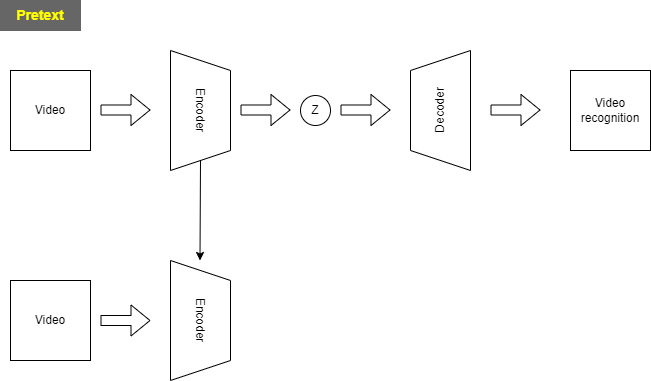
Earlier version of the draw.io export 연구주제.drawio.png (Kyoungrae-Noh/Self-Supervised-Learning). Source tidied: cells renumbered, new cells last; positions are measured from the earlier drawing's top-left corner, leaving out a move shared by most shapes.
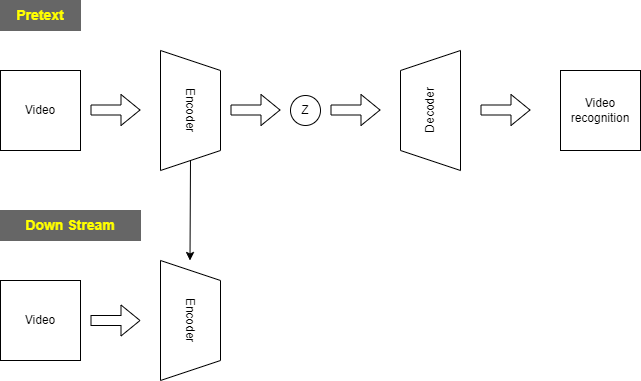
After the commit.

Commit message:
연구주제.drawio.png 업데이트

The edit, as a diff of the source:
```diff
@@ -50,7 +50,7 @@
       <mxGeometry x="140" y="290" width="120" height="60" as="geometry" />
     </mxCell>
     <mxCell id="13" value="&lt;b&gt;&lt;font color=&quot;#ffff00&quot; style=&quot;font-size: 14px;&quot;&gt;Pretext&lt;/font&gt;&lt;/b&gt;" style="rounded=0;whiteSpace=wrap;html=1;fillColor=#666666;strokeColor=#666666;" parent="1" vertex="1">
-      <mxGeometry width="80" height="30" as="geometry" />
+      <mxGeometry x="10" width="80" height="30" as="geometry" />
     </mxCell>
     <mxCell id="14" value="Video" style="whiteSpace=wrap;html=1;" parent="1" vertex="1">
       <mxGeometry x="10" y="280" width="80" height="80" as="geometry" />
@@ -61,5 +61,8 @@
         <mxPoint x="150" y="320" as="targetPoint" />
       </mxGeometry>
     </mxCell>
+    <mxCell id="16" value="&lt;b&gt;&lt;font color=&quot;#ffff00&quot; style=&quot;font-size: 14px;&quot;&gt;Down Stream&lt;/font&gt;&lt;/b&gt;" style="rounded=0;whiteSpace=wrap;html=1;fillColor=#666666;strokeColor=#666666;" parent="1" vertex="1">
+      <mxGeometry x="10" y="210" width="140" height="30" as="geometry" />
+    </mxCell>
   </root>
 </mxGraphModel>
```
